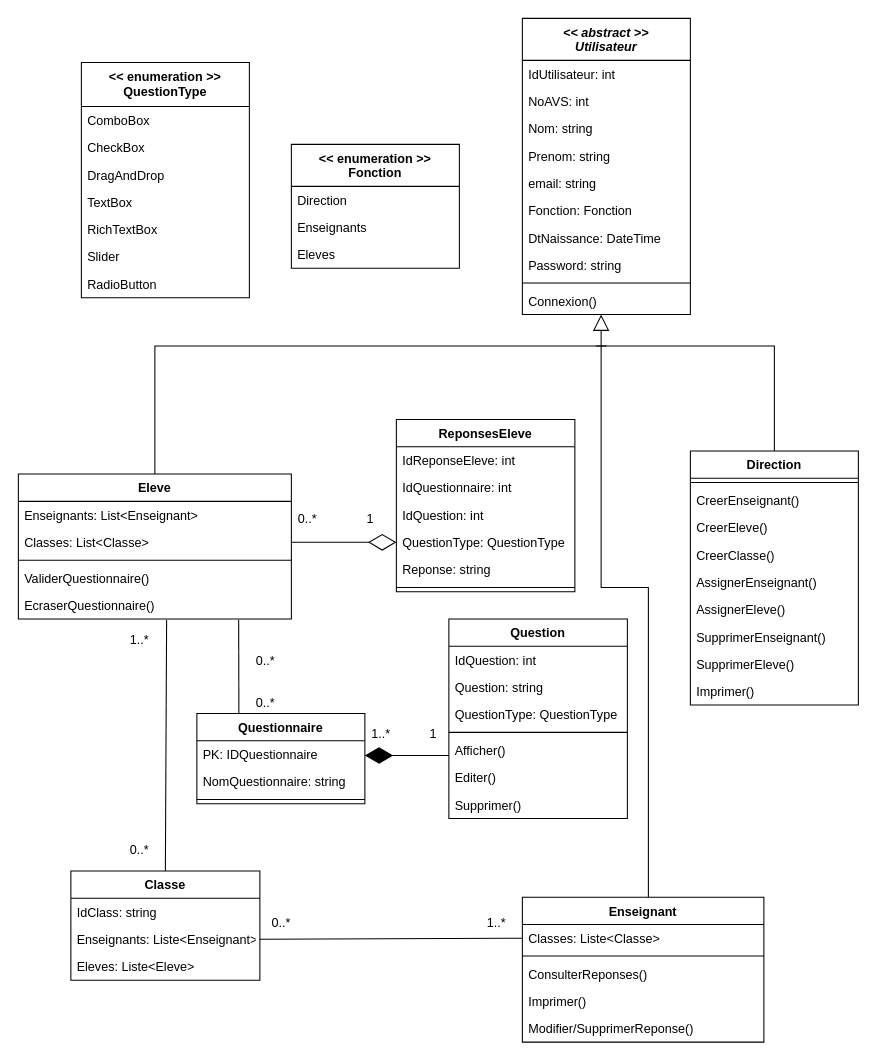
Before: DiagramClass.drawio in Devetik/Diagrammes, a draw.io diagram. Source tidied: cells renumbered, new cells numbered last; positions are measured from the earlier drawing's top-left corner, leaving out a move shared by most shapes. Both pictures are drawn from the tidied source at 105%, with x=0, y=0 at pixel (18, 18).
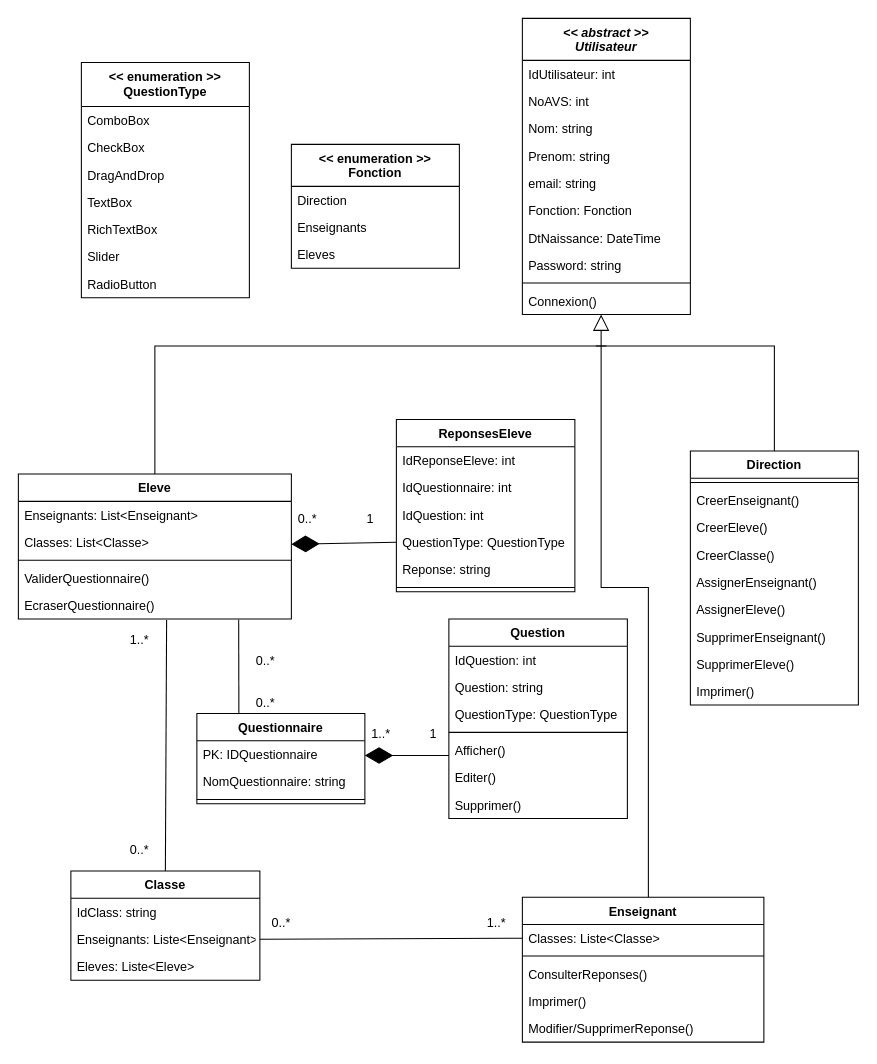
The same diagram, later.

Unchanged cells that the change refers to:
```xml
<mxCell id="2" value="Eleve" style="swimlane;fontStyle=1;align=center;verticalAlign=top;horizontal=1;startSize=26;" parent="1" vertex="1">
  <mxGeometry y="434" width="260" height="138" as="geometry" />
</mxCell>
<mxCell id="4" value="Classes: List&lt;Classe&gt;" style="text;strokeColor=none;fillColor=none;align=left;verticalAlign=top;spacingLeft=4;spacingRight=4;overflow=hidden;points=[[0,0.5],[1,0.5]];portConstraint=eastwest;" parent="2" vertex="1">
  <mxGeometry y="52" width="260" height="26" as="geometry" />
</mxCell>
<mxCell id="41" value="QuestionType: QuestionType" style="text;strokeColor=none;fillColor=none;align=left;verticalAlign=top;spacingLeft=4;spacingRight=4;overflow=hidden;points=[[0,0.5],[1,0.5]];portConstraint=eastwest;" parent="37" vertex="1">
  <mxGeometry y="104" width="170" height="26" as="geometry" />
</mxCell>
```

Change to the diagram source:
```diff
@@
-    <mxCell id="56" style="endArrow=diamondThin;endFill=0;endSize=24;html=1;rounded=0;entryX=0;entryY=0.5;entryDx=0;entryDy=0;exitX=1;exitY=0.5;exitDx=0;exitDy=0;" parent="1" edge="1" source="4" target="41">
-      <mxGeometry relative="1" as="geometry" />
-    </mxCell>
@@
+    <mxCell id="88" style="endArrow=diamondThin;endFill=1;endSize=24;html=1;rounded=0;exitX=0;exitY=0.5;exitDx=0;exitDy=0;" parent="1" edge="1" source="41" target="2">
+      <mxGeometry relative="1" as="geometry" />
+    </mxCell>
```
